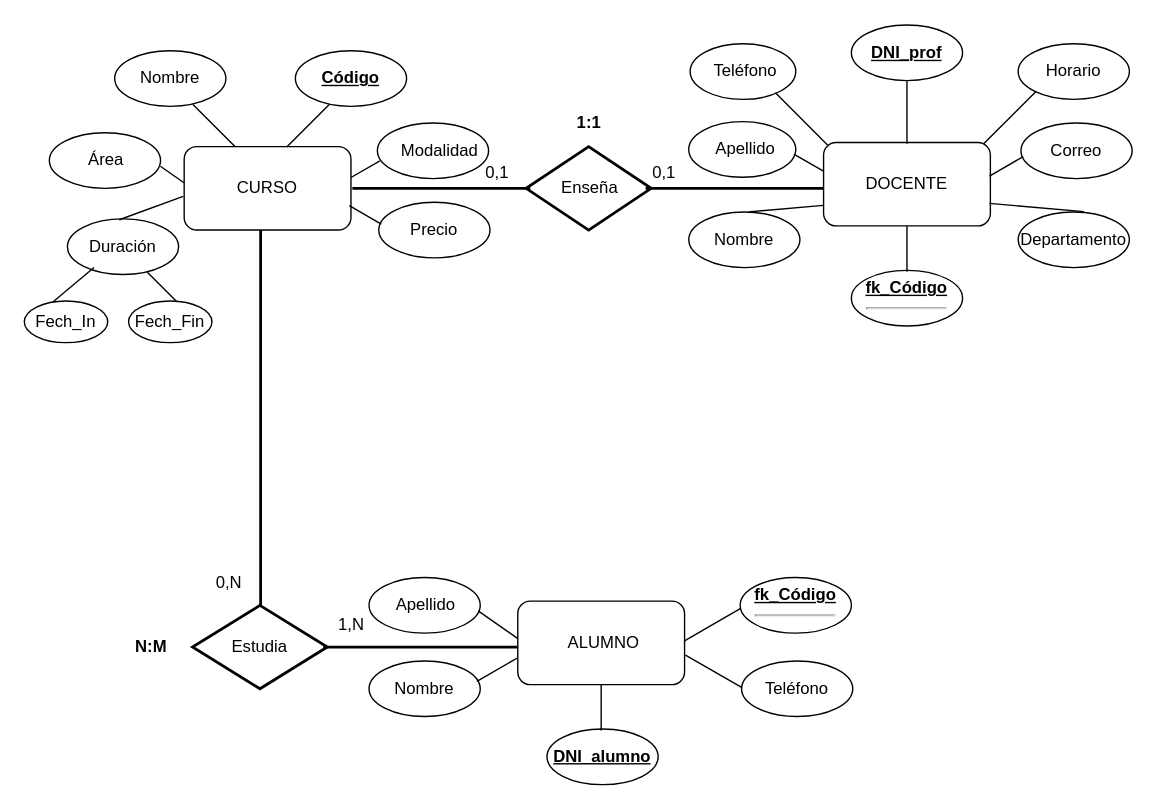
eresto/misrepositorios keeps this draw.io diagram as Untitled Diagram.drawio. Above is the earlier version. Source tidied: cells renumbered, new cells numbered last; positions are measured from the earlier drawing's top-left corner, leaving out a move shared by most shapes. Both pictures are drawn from the tidied source at 139%, with x=0, y=0 at pixel (24, 24).
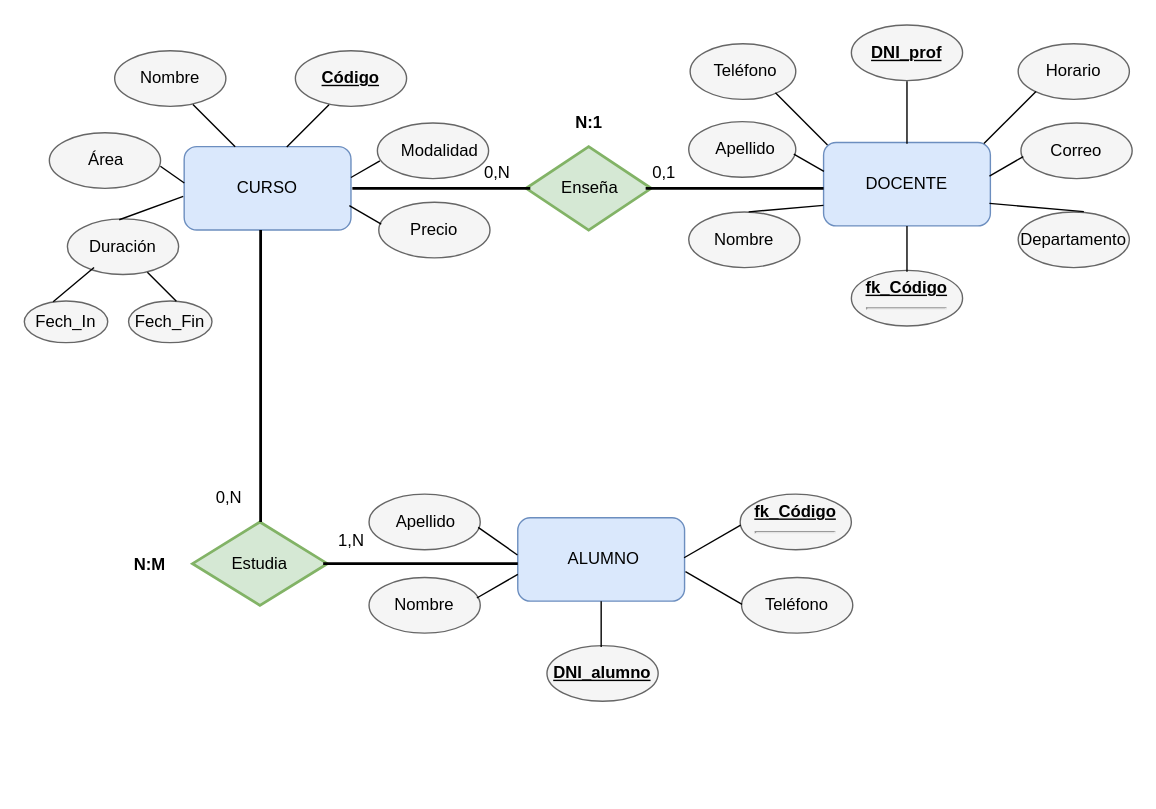
The same page after the edit.

What changed in the source:
```diff
@@
-    <mxCell id="2" style="rounded=1;whiteSpace=wrap;html=1;" parent="1" vertex="1">
+    <mxCell id="2" style="rounded=1;whiteSpace=wrap;html=1;fillColor=#dae8fc;strokeColor=#6c8ebf;" parent="1" vertex="1">
       <mxGeometry x="115" y="88" width="120" height="60" as="geometry" />
     </mxCell>
-    <mxCell id="3" style="ellipse;whiteSpace=wrap;html=1;" parent="1" vertex="1">
+    <mxCell id="3" style="ellipse;whiteSpace=wrap;html=1;fillColor=#f5f5f5;strokeColor=#666666;fontColor=#333333;" parent="1" vertex="1">
       <mxGeometry x="195" y="19" width="80" height="40" as="geometry" />
     </mxCell>
-    <mxCell id="4" style="ellipse;whiteSpace=wrap;html=1;" parent="1" vertex="1">
+    <mxCell id="4" style="ellipse;whiteSpace=wrap;html=1;fillColor=#f5f5f5;strokeColor=#666666;fontColor=#333333;" parent="1" vertex="1">
       <mxGeometry x="254" y="71" width="80" height="40" as="geometry" />
     </mxCell>
@@
-    <mxCell id="6" style="ellipse;whiteSpace=wrap;html=1;" parent="1" vertex="1">
+    <mxCell id="6" style="ellipse;whiteSpace=wrap;html=1;fillColor=#f5f5f5;strokeColor=#666666;fontColor=#333333;" parent="1" vertex="1">
       <mxGeometry x="65" y="19" width="80" height="40" as="geometry" />
     </mxCell>
-    <mxCell id="7" style="ellipse;whiteSpace=wrap;html=1;" parent="1" vertex="1">
+    <mxCell id="7" style="ellipse;whiteSpace=wrap;html=1;fillColor=#f5f5f5;strokeColor=#666666;fontColor=#333333;" parent="1" vertex="1">
       <mxGeometry x="18" y="78" width="80" height="40" as="geometry" />
     </mxCell>
-    <mxCell id="8" style="ellipse;whiteSpace=wrap;html=1;" parent="1" vertex="1">
+    <mxCell id="8" style="ellipse;whiteSpace=wrap;html=1;fillColor=#f5f5f5;strokeColor=#666666;fontColor=#333333;" parent="1" vertex="1">
       <mxGeometry x="31" y="140" width="80" height="40" as="geometry" />
     </mxCell>
-    <mxCell id="9" style="ellipse;whiteSpace=wrap;html=1;" parent="1" vertex="1">
+    <mxCell id="9" style="ellipse;whiteSpace=wrap;html=1;fillColor=#f5f5f5;strokeColor=#666666;fontColor=#333333;" parent="1" vertex="1">
       <mxGeometry x="255" y="128" width="80" height="40" as="geometry" />
     </mxCell>
@@
-    <mxCell id="16" style="rounded=1;whiteSpace=wrap;html=1;" parent="1" vertex="1">
+    <mxCell id="16" style="rounded=1;whiteSpace=wrap;html=1;fillColor=#dae8fc;strokeColor=#6c8ebf;" parent="1" vertex="1">
       <mxGeometry x="575" y="85" width="120" height="60" as="geometry" />
     </mxCell>
-    <mxCell id="17" style="ellipse;whiteSpace=wrap;html=1;" parent="1" vertex="1">
+    <mxCell id="17" style="ellipse;whiteSpace=wrap;html=1;fillColor=#f5f5f5;strokeColor=#666666;fontColor=#333333;" parent="1" vertex="1">
       <mxGeometry x="595" y="177" width="80" height="40" as="geometry" />
     </mxCell>
-    <mxCell id="18" style="ellipse;whiteSpace=wrap;html=1;" parent="1" vertex="1">
+    <mxCell id="18" style="ellipse;whiteSpace=wrap;html=1;fillColor=#f5f5f5;strokeColor=#666666;fontColor=#333333;" parent="1" vertex="1">
       <mxGeometry x="717" y="71" width="80" height="40" as="geometry" />
     </mxCell>
@@
-    <mxCell id="20" style="ellipse;whiteSpace=wrap;html=1;" parent="1" vertex="1">
+    <mxCell id="20" style="ellipse;whiteSpace=wrap;html=1;fillColor=#f5f5f5;strokeColor=#666666;fontColor=#333333;" parent="1" vertex="1">
       <mxGeometry x="478" y="135" width="80" height="40" as="geometry" />
     </mxCell>
-    <mxCell id="21" style="ellipse;whiteSpace=wrap;html=1;" parent="1" vertex="1">
+    <mxCell id="21" style="ellipse;whiteSpace=wrap;html=1;fillColor=#f5f5f5;strokeColor=#666666;fontColor=#333333;" parent="1" vertex="1">
       <mxGeometry x="478" y="70" width="77" height="40" as="geometry" />
     </mxCell>
-    <mxCell id="22" style="ellipse;whiteSpace=wrap;html=1;" parent="1" vertex="1">
+    <mxCell id="22" style="ellipse;whiteSpace=wrap;html=1;fillColor=#f5f5f5;strokeColor=#666666;fontColor=#333333;" parent="1" vertex="1">
       <mxGeometry x="479" y="14" width="76" height="40" as="geometry" />
     </mxCell>
-    <mxCell id="23" style="ellipse;whiteSpace=wrap;html=1;" parent="1" vertex="1">
+    <mxCell id="23" style="ellipse;whiteSpace=wrap;html=1;fillColor=#f5f5f5;strokeColor=#666666;fontColor=#333333;" parent="1" vertex="1">
       <mxGeometry x="715" y="135" width="80" height="40" as="geometry" />
     </mxCell>
@@
-    <mxCell id="30" style="ellipse;whiteSpace=wrap;html=1;" parent="1" vertex="1">
+    <mxCell id="30" style="ellipse;whiteSpace=wrap;html=1;fillColor=#f5f5f5;strokeColor=#666666;fontColor=#333333;" parent="1" vertex="1">
       <mxGeometry x="715" y="14" width="80" height="40" as="geometry" />
     </mxCell>
@@
-    <mxCell id="32" style="ellipse;whiteSpace=wrap;html=1;" parent="1" vertex="1">
+    <mxCell id="32" style="ellipse;whiteSpace=wrap;html=1;fillColor=#f5f5f5;strokeColor=#666666;fontColor=#333333;" parent="1" vertex="1">
       <mxGeometry x="595" y="0.5" width="80" height="40" as="geometry" />
     </mxCell>
@@
-    <mxCell id="34" style="rounded=1;whiteSpace=wrap;html=1;" parent="1" vertex="1">
-      <mxGeometry x="355" y="415" width="120" height="60" as="geometry" />
+    <mxCell id="34" style="rounded=1;whiteSpace=wrap;html=1;fillColor=#dae8fc;strokeColor=#6c8ebf;" parent="1" vertex="1">
+      <mxGeometry x="355" y="355" width="120" height="60" as="geometry" />
     </mxCell>
-    <mxCell id="35" style="ellipse;whiteSpace=wrap;html=1;" parent="1" vertex="1">
-      <mxGeometry x="515" y="398" width="80" height="40" as="geometry" />
+    <mxCell id="35" style="ellipse;whiteSpace=wrap;html=1;fillColor=#f5f5f5;strokeColor=#666666;fontColor=#333333;" parent="1" vertex="1">
+      <mxGeometry x="515" y="338" width="80" height="40" as="geometry" />
     </mxCell>
-    <mxCell id="36" style="ellipse;whiteSpace=wrap;html=1;" parent="1" vertex="1">
-      <mxGeometry x="248" y="458" width="80" height="40" as="geometry" />
+    <mxCell id="36" style="ellipse;whiteSpace=wrap;html=1;fillColor=#f5f5f5;strokeColor=#666666;fontColor=#333333;" parent="1" vertex="1">
+      <mxGeometry x="248" y="398" width="80" height="40" as="geometry" />
     </mxCell>
-    <mxCell id="37" style="ellipse;whiteSpace=wrap;html=1;" parent="1" vertex="1">
-      <mxGeometry x="248" y="398" width="80" height="40" as="geometry" />
+    <mxCell id="37" style="ellipse;whiteSpace=wrap;html=1;fillColor=#f5f5f5;strokeColor=#666666;fontColor=#333333;" parent="1" vertex="1">
+      <mxGeometry x="248" y="338" width="80" height="40" as="geometry" />
     </mxCell>
-    <mxCell id="38" style="ellipse;whiteSpace=wrap;html=1;" parent="1" vertex="1">
-      <mxGeometry x="516" y="458" width="80" height="40" as="geometry" />
+    <mxCell id="38" style="ellipse;whiteSpace=wrap;html=1;fillColor=#f5f5f5;strokeColor=#666666;fontColor=#333333;" parent="1" vertex="1">
+      <mxGeometry x="516" y="398" width="80" height="40" as="geometry" />
     </mxCell>
     <mxCell id="39" value="Teléfono" style="text;html=1;strokeColor=none;fillColor=none;align=center;verticalAlign=middle;whiteSpace=wrap;rounded=0;" parent="1" vertex="1">
-      <mxGeometry x="536" y="468" width="40" height="20" as="geometry" />
+      <mxGeometry x="536" y="408" width="40" height="20" as="geometry" />
     </mxCell>
     <mxCell id="40" value="Apellido" style="text;html=1;strokeColor=none;fillColor=none;align=center;verticalAlign=middle;whiteSpace=wrap;rounded=0;" parent="1" vertex="1">
-      <mxGeometry x="269" y="408" width="40" height="20" as="geometry" />
+      <mxGeometry x="269" y="348" width="40" height="20" as="geometry" />
     </mxCell>
     <mxCell id="41" value="Nombre" style="text;html=1;strokeColor=none;fillColor=none;align=center;verticalAlign=middle;whiteSpace=wrap;rounded=0;" parent="1" vertex="1">
-      <mxGeometry x="268" y="468" width="40" height="20" as="geometry" />
+      <mxGeometry x="268" y="408" width="40" height="20" as="geometry" />
     </mxCell>
     <mxCell id="42" value="fk_Código&lt;br&gt;&lt;hr&gt;" style="text;html=1;strokeColor=none;fillColor=none;align=center;verticalAlign=middle;whiteSpace=wrap;rounded=0;strokeWidth=3;fontStyle=5;" parent="1" vertex="1">
-      <mxGeometry x="535" y="408" width="40" height="20" as="geometry" />
+      <mxGeometry x="535" y="348" width="40" height="20" as="geometry" />
     </mxCell>
     <mxCell id="43" value="ALUMNO" style="text;html=1;strokeColor=none;fillColor=none;align=center;verticalAlign=middle;whiteSpace=wrap;rounded=0;" parent="1" vertex="1">
-      <mxGeometry x="397" y="435" width="40" height="20" as="geometry" />
+      <mxGeometry x="397" y="375" width="40" height="20" as="geometry" />
     </mxCell>
-    <mxCell id="44" style="ellipse;whiteSpace=wrap;html=1;" parent="1" vertex="1">
-      <mxGeometry x="376" y="507" width="80" height="40" as="geometry" />
+    <mxCell id="44" style="ellipse;whiteSpace=wrap;html=1;fillColor=#f5f5f5;strokeColor=#666666;fontColor=#333333;" parent="1" vertex="1">
+      <mxGeometry x="376" y="447" width="80" height="40" as="geometry" />
     </mxCell>
     <mxCell id="45" value="DNI_alumno" style="text;html=1;strokeColor=none;fillColor=none;align=center;verticalAlign=middle;whiteSpace=wrap;rounded=0;strokeWidth=3;fontStyle=5;" parent="1" vertex="1">
-      <mxGeometry x="396" y="517" width="40" height="20" as="geometry" />
+      <mxGeometry x="396" y="457" width="40" height="20" as="geometry" />
     </mxCell>
-    <mxCell id="46" style="shape=rhombus;perimeter=rhombusPerimeter;html=1;align=center;strokeWidth=2;fontColor=#5C5C5C;fontSize=9;whiteSpace=wrap;" parent="1" vertex="1">
+    <mxCell id="46" style="shape=rhombus;perimeter=rhombusPerimeter;html=1;align=center;strokeWidth=2;fontSize=9;whiteSpace=wrap;fillColor=#d5e8d4;strokeColor=#82b366;" parent="1" vertex="1">
       <mxGeometry x="361" y="88" width="90" height="60" as="geometry" />
     </mxCell>
-    <mxCell id="47" value="Estudia" style="shape=rhombus;perimeter=rhombusPerimeter;whiteSpace=wrap;html=1;align=center;strokeWidth=2;" parent="1" vertex="1">
-      <mxGeometry x="121" y="418" width="97" height="60" as="geometry" />
+    <mxCell id="47" value="Estudia" style="shape=rhombus;perimeter=rhombusPerimeter;whiteSpace=wrap;html=1;align=center;strokeWidth=2;fillColor=#d5e8d4;strokeColor=#82b366;" parent="1" vertex="1">
+      <mxGeometry x="121" y="358" width="97" height="60" as="geometry" />
     </mxCell>
@@
-    <mxCell id="50" style="ellipse;whiteSpace=wrap;html=1;" parent="1" vertex="1">
+    <mxCell id="50" style="ellipse;whiteSpace=wrap;html=1;fillColor=#f5f5f5;strokeColor=#666666;fontColor=#333333;" parent="1" vertex="1">
       <mxGeometry y="199" width="60" height="30" as="geometry" />
     </mxCell>
@@
-    <mxCell id="52" style="ellipse;whiteSpace=wrap;html=1;" parent="1" vertex="1">
+    <mxCell id="52" style="ellipse;whiteSpace=wrap;html=1;fillColor=#f5f5f5;strokeColor=#666666;fontColor=#333333;" parent="1" vertex="1">
       <mxGeometry x="75" y="199" width="60" height="30" as="geometry" />
     </mxCell>
@@
     <mxCell id="58" style="line;strokeWidth=2;direction=south;html=1;fontSize=12;fontColor=#000000;" parent="1" vertex="1">
-      <mxGeometry x="165" y="148" width="10" height="270" as="geometry" />
+      <mxGeometry x="165" y="148" width="10" height="210" as="geometry" />
     </mxCell>
     <mxCell id="59" style="line;strokeWidth=2;html=1;fontSize=12;fontColor=#000000;" parent="1" vertex="1">
-      <mxGeometry x="215" y="443" width="140" height="10" as="geometry" />
+      <mxGeometry x="215" y="383" width="140" height="10" as="geometry" />
     </mxCell>
     <mxCell id="60" style="line;strokeWidth=1;direction=north;html=1;fontSize=12;fontColor=#000000;rotation=60;" parent="1" vertex="1">
-      <mxGeometry x="485.4" y="408.5" width="19.2" height="47" as="geometry" />
+      <mxGeometry x="485.4" y="348.5" width="19.2" height="47" as="geometry" />
     </mxCell>
     <mxCell id="61" style="line;strokeWidth=1;direction=north;html=1;fontSize=12;fontColor=#000000;rotation=120;" parent="1" vertex="1">
-      <mxGeometry x="486.4" y="442" width="19.2" height="47" as="geometry" />
+      <mxGeometry x="486.4" y="382" width="19.2" height="47" as="geometry" />
     </mxCell>
@@
     <mxCell id="74" style="line;strokeWidth=1;direction=south;html=1;fontSize=12;fontColor=#000000;" parent="1" vertex="1">
-      <mxGeometry x="410" y="475" width="10" height="33" as="geometry" />
+      <mxGeometry x="410" y="415" width="10" height="33" as="geometry" />
     </mxCell>
     <mxCell id="75" style="line;strokeWidth=1;direction=east;html=1;fontSize=12;fontColor=#000000;rotation=35;" parent="1" vertex="1">
-      <mxGeometry x="323.4" y="417.1" width="34.5" height="29.5" as="geometry" />
+      <mxGeometry x="323.4" y="357.1" width="34.5" height="29.5" as="geometry" />
     </mxCell>
     <mxCell id="76" style="line;strokeWidth=1;direction=north;html=1;fontSize=12;fontColor=#000000;rotation=60;" parent="1" vertex="1">
-      <mxGeometry x="330.7" y="447.2" width="19.2" height="34" as="geometry" />
+      <mxGeometry x="330.7" y="387.2" width="19.2" height="34" as="geometry" />
     </mxCell>
@@
     <mxCell id="78" value="&lt;font style=&quot;font-size: 12px ; font-weight: normal&quot;&gt;0,N&lt;/font&gt;" style="text;strokeColor=none;fillColor=none;html=1;fontSize=24;fontStyle=1;verticalAlign=middle;align=center;" parent="1" vertex="1">
-      <mxGeometry x="125" y="388" width="44" height="20" as="geometry" />
+      <mxGeometry x="125" y="327" width="44" height="20" as="geometry" />
     </mxCell>
     <mxCell id="79" value="&lt;font style=&quot;font-size: 12px ; font-weight: normal&quot;&gt;1,N&lt;/font&gt;" style="text;strokeColor=none;fillColor=none;html=1;fontSize=24;fontStyle=1;verticalAlign=middle;align=center;" parent="1" vertex="1">
-      <mxGeometry x="215" y="413" width="40" height="30" as="geometry" />
+      <mxGeometry x="215" y="353" width="40" height="30" as="geometry" />
     </mxCell>
     <mxCell id="80" value="&lt;font style=&quot;font-size: 12px&quot;&gt;N:M&lt;/font&gt;" style="text;strokeColor=none;fillColor=none;html=1;fontSize=24;fontStyle=1;verticalAlign=middle;align=center;" parent="1" vertex="1">
-      <mxGeometry x="72.3" y="435" width="38" height="18" as="geometry" />
+      <mxGeometry x="71.3" y="376" width="38" height="18" as="geometry" />
     </mxCell>
@@
-    <mxCell id="82" value="&lt;span style=&quot;font-weight: normal&quot;&gt;&lt;font style=&quot;font-size: 12px&quot;&gt;0,1&lt;/font&gt;&lt;/span&gt;" style="text;strokeColor=none;fillColor=none;html=1;fontSize=24;fontStyle=1;verticalAlign=middle;align=center;" parent="1" vertex="1">
+    <mxCell id="82" value="&lt;span style=&quot;font-weight: normal&quot;&gt;&lt;font style=&quot;font-size: 12px&quot;&gt;0,N&lt;/font&gt;&lt;/span&gt;" style="text;strokeColor=none;fillColor=none;html=1;fontSize=24;fontStyle=1;verticalAlign=middle;align=center;" parent="1" vertex="1">
       <mxGeometry x="315" y="93" width="50" height="20" as="geometry" />
     </mxCell>
-    <mxCell id="83" value="&lt;font style=&quot;font-size: 12px&quot;&gt;1:1&lt;/font&gt;" style="text;strokeColor=none;fillColor=none;html=1;fontSize=24;fontStyle=1;verticalAlign=middle;align=center;" parent="1" vertex="1">
+    <mxCell id="83" value="&lt;font style=&quot;font-size: 12px&quot;&gt;N:1&lt;/font&gt;" style="text;strokeColor=none;fillColor=none;html=1;fontSize=24;fontStyle=1;verticalAlign=middle;align=center;" parent="1" vertex="1">
       <mxGeometry x="386" y="57" width="40" height="20" as="geometry" />
     </mxCell>
```
